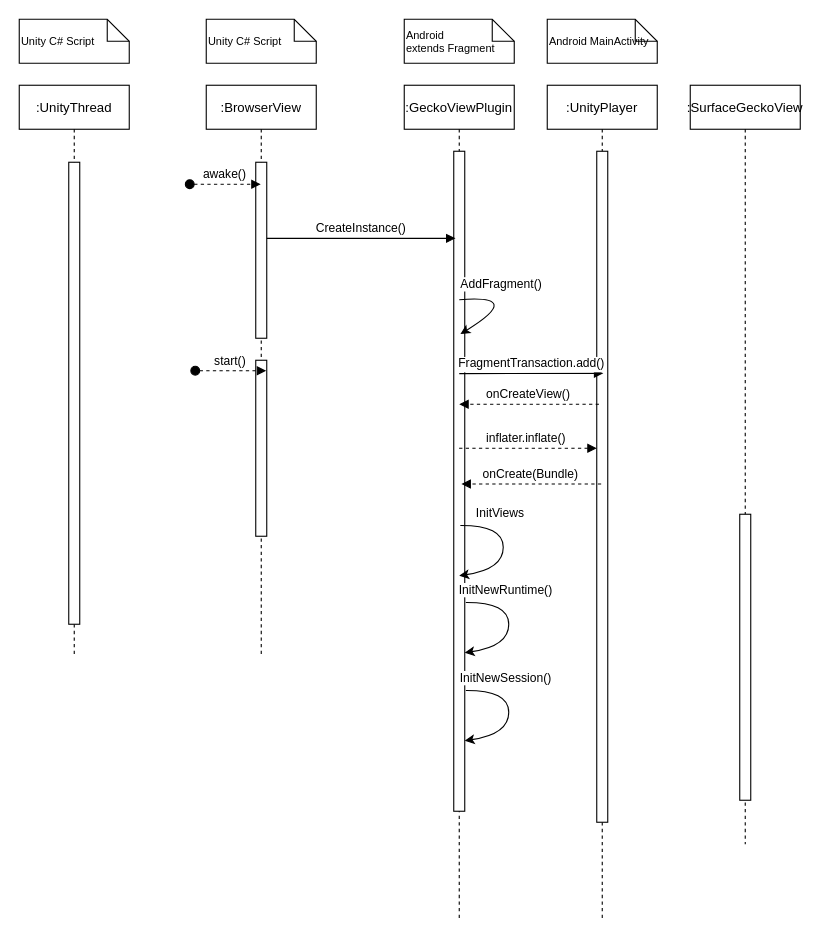
Before: Documentation/Diagrams/DrawIo/SeqDiag_UnityGeckoView.drawio in xrchisense/xrevent-broadcaster-unity, a draw.io diagram. Source tidied: cells renumbered, new cells numbered last; positions are measured from the earlier drawing's top-left corner, leaving out a move shared by most shapes. Both pictures are drawn from the tidied source at 110%, with x=0, y=0 at pixel (19, 19).
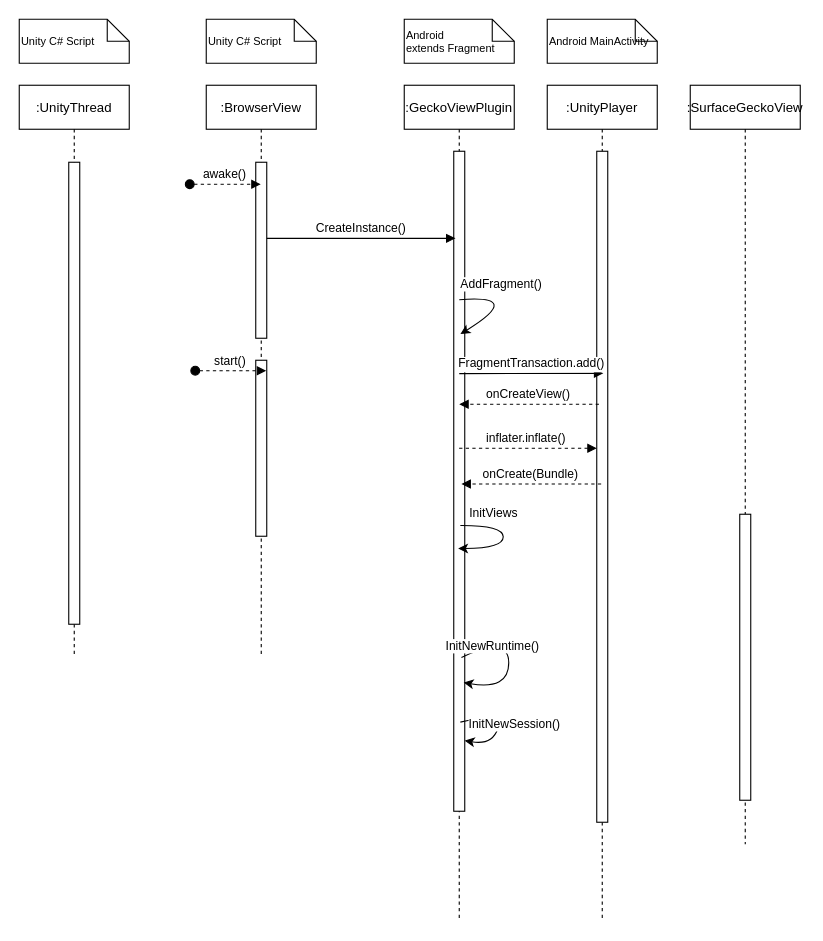
The same page after the edit.

The change refers to these unchanged cells:
```xml
<mxCell id="7" value=":GeckoViewPlugin" style="shape=umlLifeline;perimeter=lifelinePerimeter;rounded=0;shadow=0;strokeWidth=1;" parent="1" vertex="1">
  <mxGeometry x="350" y="60" width="100" height="760" as="geometry" />
</mxCell>
<mxCell id="8" style="points=[];perimeter=orthogonalPerimeter;rounded=0;shadow=0;strokeWidth=1;" parent="7" vertex="1">
  <mxGeometry x="45" y="60" width="10" height="600" as="geometry" />
</mxCell>
```

What changed in the source:
```diff
@@
-    <mxCell id="9" value="InitViews" style="curved=1;endArrow=classic;html=1;rounded=0;exitX=0.6;exitY=0.567;exitDx=0;exitDy=0;exitPerimeter=0;entryX=0.5;entryY=0.643;entryDx=0;entryDy=0;entryPerimeter=0;" parent="7" edge="1" source="8" target="8">
+    <mxCell id="9" value="InitViews" style="curved=1;endArrow=classic;html=1;rounded=0;exitX=0.6;exitY=0.567;exitDx=0;exitDy=0;exitPerimeter=0;entryX=0.4;entryY=0.602;entryDx=0;entryDy=0;entryPerimeter=0;" parent="7" edge="1" source="8" target="8">
       <mxGeometry x="-0.4" y="11" relative="1" as="geometry">
         <Array as="points">
           <mxPoint x="90" y="400" />
-          <mxPoint x="90" y="440" />
+          <mxPoint x="90" y="421" />
         </Array>
       </mxGeometry>
     </mxCell>
@@
-    <mxCell id="11" value="InitNewRuntime()" style="curved=1;endArrow=classic;html=1;rounded=0;exitX=0.6;exitY=0.567;exitDx=0;exitDy=0;exitPerimeter=0;entryX=0.5;entryY=0.643;entryDx=0;entryDy=0;entryPerimeter=0;" parent="7" edge="1">
-      <mxGeometry x="-0.4" y="11" relative="1" as="geometry">
-        <mxPoint x="56" y="470.2" as="sourcePoint" />
-        <mxPoint x="55" y="515.8" as="targetPoint" />
+    <mxCell id="11" value="InitNewRuntime()" style="curved=1;endArrow=classic;html=1;rounded=0;exitX=0.7;exitY=0.767;exitDx=0;exitDy=0;exitPerimeter=0;entryX=0.9;entryY=0.805;entryDx=0;entryDy=0;entryPerimeter=0;" parent="7" edge="1" source="8" target="8">
+      <mxGeometry x="-0.57" y="-3" relative="1" as="geometry">
         <Array as="points">
-          <mxPoint x="95" y="470" />
-          <mxPoint x="95" y="510" />
+          <mxPoint x="95" y="500" />
+          <mxPoint x="95" y="550" />
         </Array>
       </mxGeometry>
     </mxCell>
-    <mxCell id="12" value="InitNewSession()" style="curved=1;endArrow=classic;html=1;rounded=0;exitX=0.6;exitY=0.567;exitDx=0;exitDy=0;exitPerimeter=0;entryX=0.5;entryY=0.643;entryDx=0;entryDy=0;entryPerimeter=0;" parent="7" edge="1">
-      <mxGeometry x="-0.4" y="11" relative="1" as="geometry">
-        <mxPoint x="56" y="550.2" as="sourcePoint" />
+    <mxCell id="12" value="InitNewSession()" style="curved=1;endArrow=classic;html=1;rounded=0;exitX=0.6;exitY=0.865;exitDx=0;exitDy=0;exitPerimeter=0;entryX=0.5;entryY=0.643;entryDx=0;entryDy=0;entryPerimeter=0;" parent="7" edge="1" source="8">
+      <mxGeometry x="-0.04" y="13" relative="1" as="geometry">
         <mxPoint x="55" y="595.8" as="targetPoint" />
         <Array as="points">
-          <mxPoint x="95" y="550" />
-          <mxPoint x="95" y="590" />
+          <mxPoint x="90" y="570" />
+          <mxPoint x="80" y="600" />
         </Array>
       </mxGeometry>
     </mxCell>
```
